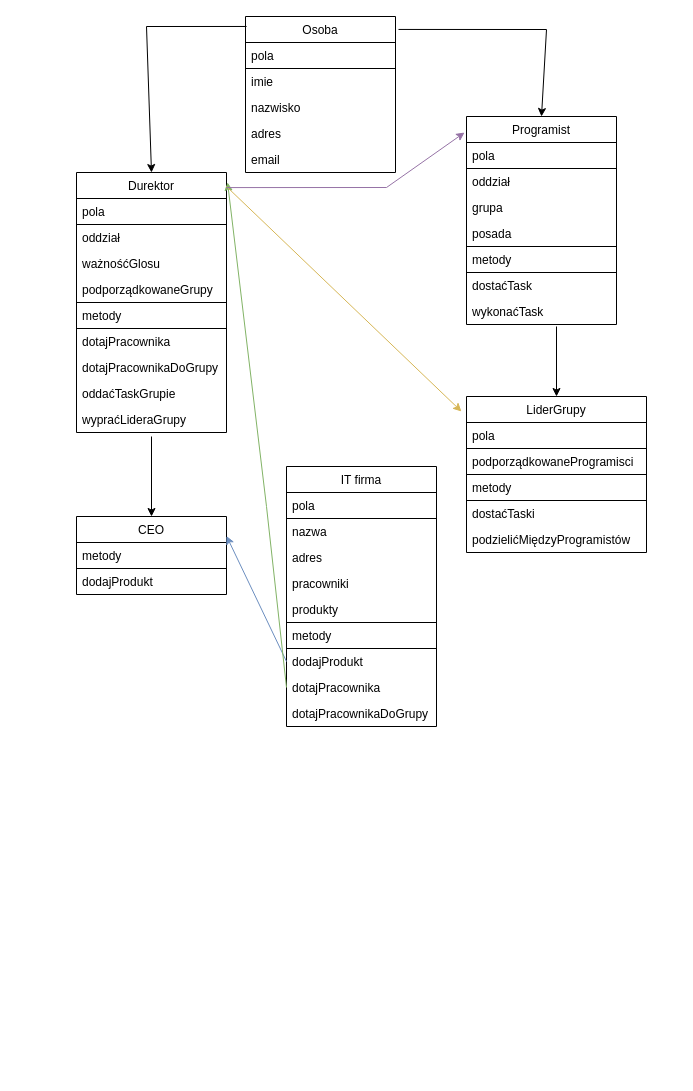
This is project/project.drawio from HoutarouM/2pM, a draw.io file, before an edit. Source tidied: cells renumbered, new cells numbered last; positions are measured from the earlier drawing's top-left corner, leaving out a move shared by most shapes. Both pictures are drawn from the tidied source at 100%, with x=0, y=0 at pixel (76, 16).
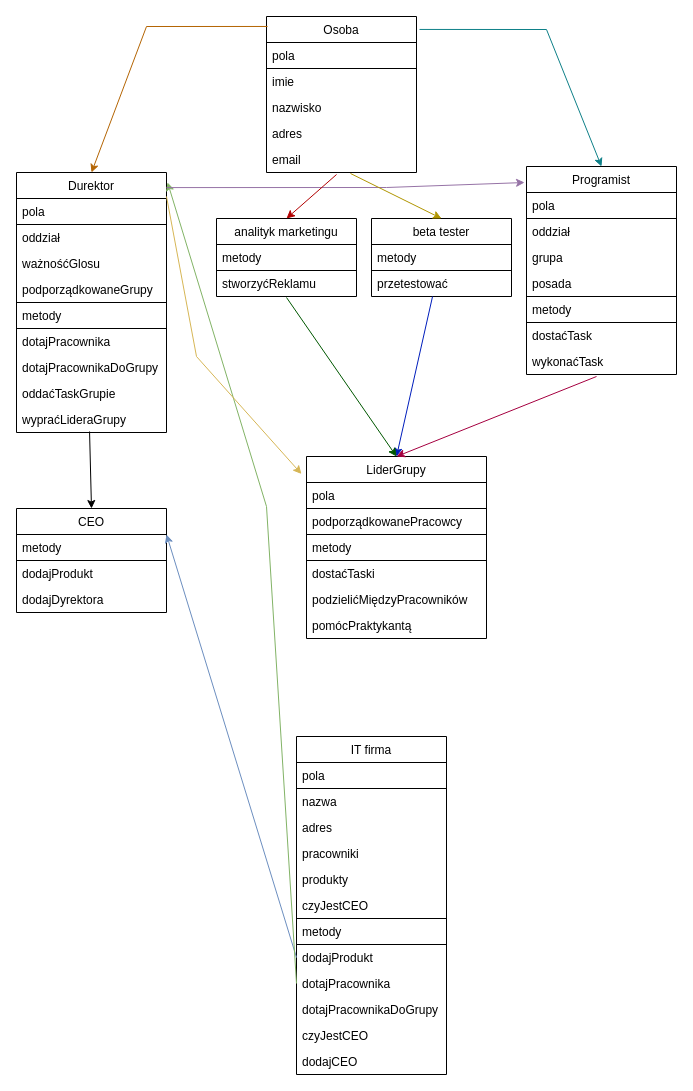
The same diagram, later.

Commit message:
diagram modifikation

Unchanged cells that the change refers to:
```xml
<mxCell id="17" value="email" style="text;strokeColor=none;fillColor=none;align=left;verticalAlign=top;spacingLeft=4;spacingRight=4;overflow=hidden;points=[[0,0.5],[1,0.5]];portConstraint=eastwest;" parent="12" vertex="1">
  <mxGeometry y="130" width="150" height="26" as="geometry" />
</mxCell>
<mxCell id="28" value="wypraćLideraGrupy" style="text;strokeColor=none;fillColor=none;align=left;verticalAlign=top;spacingLeft=4;spacingRight=4;overflow=hidden;points=[[0,0.5],[1,0.5]];portConstraint=eastwest;" parent="19" vertex="1">
  <mxGeometry y="234" width="150" height="26" as="geometry" />
</mxCell>
```

Change to the diagram source:
```diff
@@
     <mxCell id="2" value="IT firma" style="swimlane;fontStyle=0;horizontal=1;startSize=26;fillColor=none;" parent="1" vertex="1">
-      <mxGeometry x="210" y="450" width="150" height="260" as="geometry" />
+      <mxGeometry x="220" y="720" width="150" height="338" as="geometry" />
     </mxCell>
@@
+    <mxCell id="53" value="czyJestCEO" style="text;strokeColor=none;fillColor=none;align=left;verticalAlign=top;spacingLeft=4;spacingRight=4;overflow=hidden;" parent="2" vertex="1">
+      <mxGeometry y="156" width="150" height="26" as="geometry" />
+    </mxCell>
     <mxCell id="8" value="metody" style="text;strokeColor=default;fillColor=none;align=left;verticalAlign=top;spacingLeft=4;spacingRight=4;overflow=hidden;imageAspect=1;backgroundOutline=0;shadow=0;sketch=0;glass=0;rounded=0;" parent="2" vertex="1">
-      <mxGeometry y="156" width="150" height="26" as="geometry" />
+      <mxGeometry y="182" width="150" height="26" as="geometry" />
     </mxCell>
     <mxCell id="9" value="dodajProdukt" style="text;strokeColor=none;fillColor=none;align=left;verticalAlign=top;spacingLeft=4;spacingRight=4;overflow=hidden;points=[[0,0.5],[1,0.5]];portConstraint=eastwest;" parent="2" vertex="1">
-      <mxGeometry y="182" width="150" height="26" as="geometry" />
+      <mxGeometry y="208" width="150" height="26" as="geometry" />
     </mxCell>
     <mxCell id="10" value="dotajPracownika" style="text;strokeColor=none;fillColor=none;align=left;verticalAlign=top;spacingLeft=4;spacingRight=4;overflow=hidden;points=[[0,0.5],[1,0.5]];portConstraint=eastwest;" parent="2" vertex="1">
-      <mxGeometry y="208" width="150" height="26" as="geometry" />
+      <mxGeometry y="234" width="150" height="26" as="geometry" />
     </mxCell>
     <mxCell id="11" value="dotajPracownikaDoGrupy" style="text;strokeColor=none;fillColor=none;align=left;verticalAlign=top;spacingLeft=4;spacingRight=4;overflow=hidden;" parent="2" vertex="1">
-      <mxGeometry y="234" width="150" height="26" as="geometry" />
+      <mxGeometry y="260" width="150" height="26" as="geometry" />
     </mxCell>
+    <mxCell id="54" value="czyJestCEO" style="text;strokeColor=none;fillColor=none;align=left;verticalAlign=top;spacingLeft=4;spacingRight=4;overflow=hidden;" parent="2" vertex="1">
+      <mxGeometry y="286" width="150" height="26" as="geometry" />
+    </mxCell>
+    <mxCell id="55" value="dodajCEO" style="text;strokeColor=none;fillColor=none;align=left;verticalAlign=top;spacingLeft=4;spacingRight=4;overflow=hidden;" parent="2" vertex="1">
+      <mxGeometry y="312" width="150" height="26" as="geometry" />
+    </mxCell>
     <mxCell id="12" value="Osoba" style="swimlane;fontStyle=0;horizontal=1;startSize=26;fillColor=none;" parent="1" vertex="1">
-      <mxGeometry x="169" width="150" height="156" as="geometry" />
+      <mxGeometry x="190" width="150" height="156" as="geometry" />
     </mxCell>
@@
-    <mxCell id="18" style="endArrow=classic;html=1;rounded=0;exitX=0.007;exitY=0.064;exitDx=0;exitDy=0;exitPerimeter=0;entryX=0.5;entryY=0;entryDx=0;entryDy=0;" parent="1" edge="1" source="12" target="19">
+    <mxCell id="18" style="endArrow=classic;html=1;rounded=0;exitX=0.007;exitY=0.064;exitDx=0;exitDy=0;exitPerimeter=0;entryX=0.5;entryY=0;entryDx=0;entryDy=0;fillColor=#fad7ac;strokeColor=#b46504;" parent="1" edge="1" source="12" target="19">
       <mxGeometry relative="1" as="geometry">
         <Array as="points">
           <mxPoint x="70" y="10" />
         </Array>
       </mxGeometry>
     </mxCell>
     <mxCell id="19" value="Durektor" style="swimlane;fontStyle=0;horizontal=1;startSize=26;fillColor=none;" parent="1" vertex="1">
-      <mxGeometry y="156" width="150" height="260" as="geometry" />
+      <mxGeometry x="-60" y="156" width="150" height="260" as="geometry" />
     </mxCell>
@@
     <mxCell id="29" value="Programist" style="swimlane;fontStyle=0;horizontal=1;startSize=26;fillColor=none;" parent="1" vertex="1">
-      <mxGeometry x="390" y="100" width="150" height="208" as="geometry" />
+      <mxGeometry x="450" y="150" width="150" height="208" as="geometry" />
     </mxCell>
@@
-    <mxCell id="37" style="endArrow=classic;html=1;rounded=0;exitX=1.02;exitY=0.083;exitDx=0;exitDy=0;exitPerimeter=0;entryX=0.5;entryY=0;entryDx=0;entryDy=0;" parent="1" edge="1" source="12" target="29">
+    <mxCell id="37" style="endArrow=classic;html=1;rounded=0;exitX=1.02;exitY=0.083;exitDx=0;exitDy=0;exitPerimeter=0;entryX=0.5;entryY=0;entryDx=0;entryDy=0;fillColor=#b0e3e6;strokeColor=#0e8088;" parent="1" edge="1" source="12" target="29">
       <mxGeometry relative="1" as="geometry">
         <Array as="points">
           <mxPoint x="470" y="13" />
         </Array>
       </mxGeometry>
     </mxCell>
     <mxCell id="38" value="CEO" style="swimlane;fontStyle=0;horizontal=1;startSize=26;fillColor=none;" parent="1" vertex="1">
-      <mxGeometry y="500" width="150" height="78" as="geometry" />
+      <mxGeometry x="-60" y="492" width="150" height="104" as="geometry" />
     </mxCell>
@@
+    <mxCell id="56" value="dodajDyrektora" style="text;strokeColor=none;fillColor=none;align=left;verticalAlign=top;spacingLeft=4;spacingRight=4;overflow=hidden;" parent="38" vertex="1">
+      <mxGeometry y="78" width="150" height="26" as="geometry" />
+    </mxCell>
-    <mxCell id="41" style="endArrow=classic;html=1;rounded=0;entryX=0.5;entryY=0;entryDx=0;entryDy=0;" parent="1" edge="1" target="38">
-      <mxGeometry relative="1" as="geometry">
-        <mxPoint x="75" y="420" as="sourcePoint" />
-      </mxGeometry>
+    <mxCell id="41" style="endArrow=classic;html=1;rounded=0;entryX=0.5;entryY=0;entryDx=0;entryDy=0;exitX=0.487;exitY=0.962;exitDx=0;exitDy=0;exitPerimeter=0;" parent="1" edge="1" source="28" target="38">
+      <mxGeometry relative="1" as="geometry" />
     </mxCell>
     <mxCell id="42" value="LiderGrupy" style="swimlane;fontStyle=0;horizontal=1;startSize=26;fillColor=none;" parent="1" vertex="1">
-      <mxGeometry x="390" y="380" width="180" height="156" as="geometry" />
+      <mxGeometry x="230" y="440" width="180" height="182" as="geometry" />
     </mxCell>
@@
-    <mxCell id="44" value="podporządkowaneProgramisci" style="text;strokeColor=none;fillColor=none;align=left;verticalAlign=top;spacingLeft=4;spacingRight=4;overflow=hidden;" parent="42" vertex="1">
+    <mxCell id="44" value="podporządkowanePracowcy" style="text;strokeColor=none;fillColor=none;align=left;verticalAlign=top;spacingLeft=4;spacingRight=4;overflow=hidden;" parent="42" vertex="1">
       <mxGeometry y="52" width="180" height="26" as="geometry" />
     </mxCell>
@@
-    <mxCell id="47" value="podzielićMiędzyProgramistów" style="text;strokeColor=none;fillColor=none;align=left;verticalAlign=top;spacingLeft=4;spacingRight=4;overflow=hidden;" parent="42" vertex="1">
+    <mxCell id="47" value="podzielićMiędzyPracowników" style="text;strokeColor=none;fillColor=none;align=left;verticalAlign=top;spacingLeft=4;spacingRight=4;overflow=hidden;" parent="42" vertex="1">
       <mxGeometry y="130" width="180" height="26" as="geometry" />
     </mxCell>
+    <mxCell id="57" value="pomócPraktykantą" style="text;strokeColor=none;fillColor=none;align=left;verticalAlign=top;spacingLeft=4;spacingRight=4;overflow=hidden;" parent="42" vertex="1">
+      <mxGeometry y="156" width="180" height="26" as="geometry" />
+    </mxCell>
-    <mxCell id="48" style="endArrow=classic;html=1;rounded=0;entryX=0.5;entryY=0;entryDx=0;entryDy=0;" parent="1" edge="1" target="42">
+    <mxCell id="48" style="endArrow=classic;html=1;rounded=0;entryX=0.5;entryY=0;entryDx=0;entryDy=0;fillColor=#d80073;strokeColor=#A50040;" parent="1" edge="1" target="42">
       <mxGeometry relative="1" as="geometry">
-        <mxPoint x="480" y="310" as="sourcePoint" />
+        <mxPoint x="520" y="360" as="sourcePoint" />
       </mxGeometry>
     </mxCell>
@@
     <mxCell id="51" style="endArrow=classic;html=1;rounded=0;entryX=-0.028;entryY=0.096;entryDx=0;entryDy=0;entryPerimeter=0;fillColor=#fff2cc;strokeColor=#d6b656;" parent="1" edge="1" target="42">
       <mxGeometry relative="1" as="geometry">
-        <mxPoint x="150" y="170" as="sourcePoint" />
+        <mxPoint x="90" y="180" as="sourcePoint" />
+        <Array as="points">
+          <mxPoint x="120" y="340" />
+        </Array>
       </mxGeometry>
     </mxCell>
@@
+    <mxCell id="58" value="analityk marketingu" style="swimlane;fontStyle=0;horizontal=1;startSize=26;fillColor=none;" parent="1" vertex="1">
+      <mxGeometry x="140" y="202" width="140" height="78" as="geometry" />
+    </mxCell>
+    <mxCell id="59" value="metody" style="text;strokeColor=default;fillColor=none;align=left;verticalAlign=top;spacingLeft=4;spacingRight=4;overflow=hidden;" parent="58" vertex="1">
+      <mxGeometry y="26" width="140" height="26" as="geometry" />
+    </mxCell>
+    <mxCell id="60" value="stworzyćReklamu" style="text;strokeColor=none;fillColor=none;align=left;verticalAlign=top;spacingLeft=4;spacingRight=4;overflow=hidden;points=[[0,0.5],[1,0.5]];portConstraint=eastwest;" parent="58" vertex="1">
+      <mxGeometry y="52" width="140" height="26" as="geometry" />
+    </mxCell>
+    <mxCell id="61" style="endArrow=classic;html=1;rounded=0;exitX=0.467;exitY=1.077;exitDx=0;exitDy=0;exitPerimeter=0;entryX=0.5;entryY=0;entryDx=0;entryDy=0;fillColor=#e51400;strokeColor=#B20000;" parent="1" edge="1" source="17" target="58">
+      <mxGeometry relative="1" as="geometry" />
+    </mxCell>
+    <mxCell id="62" value="beta tester" style="swimlane;fontStyle=0;horizontal=1;startSize=26;fillColor=none;" parent="1" vertex="1">
+      <mxGeometry x="295" y="202" width="140" height="78" as="geometry" />
+    </mxCell>
+    <mxCell id="63" value="metody" style="text;strokeColor=default;fillColor=none;align=left;verticalAlign=top;spacingLeft=4;spacingRight=4;overflow=hidden;" parent="62" vertex="1">
+      <mxGeometry y="26" width="140" height="26" as="geometry" />
+    </mxCell>
+    <mxCell id="64" value="przetestować" style="text;strokeColor=none;fillColor=none;align=left;verticalAlign=top;spacingLeft=4;spacingRight=4;overflow=hidden;points=[[0,0.5],[1,0.5]];portConstraint=eastwest;" parent="62" vertex="1">
+      <mxGeometry y="52" width="140" height="26" as="geometry" />
+    </mxCell>
+    <mxCell id="65" style="endArrow=classic;html=1;rounded=0;exitX=0.56;exitY=1.038;exitDx=0;exitDy=0;exitPerimeter=0;entryX=0.5;entryY=0;entryDx=0;entryDy=0;fillColor=#e3c800;strokeColor=#B09500;" parent="1" edge="1" source="17" target="62">
+      <mxGeometry relative="1" as="geometry" />
+    </mxCell>
+    <mxCell id="66" style="endArrow=classic;html=1;rounded=0;exitX=0.436;exitY=1;exitDx=0;exitDy=0;exitPerimeter=0;entryX=0.5;entryY=0;entryDx=0;entryDy=0;fillColor=#0050ef;strokeColor=#001DBC;" parent="1" edge="1" source="64" target="42">
+      <mxGeometry relative="1" as="geometry" />
+    </mxCell>
+    <mxCell id="67" style="endArrow=classic;html=1;rounded=0;exitX=0.5;exitY=1.038;exitDx=0;exitDy=0;exitPerimeter=0;entryX=0.5;entryY=0;entryDx=0;entryDy=0;fillColor=#008a00;strokeColor=#005700;" parent="1" edge="1" source="60" target="42">
+      <mxGeometry relative="1" as="geometry" />
+    </mxCell>
```
